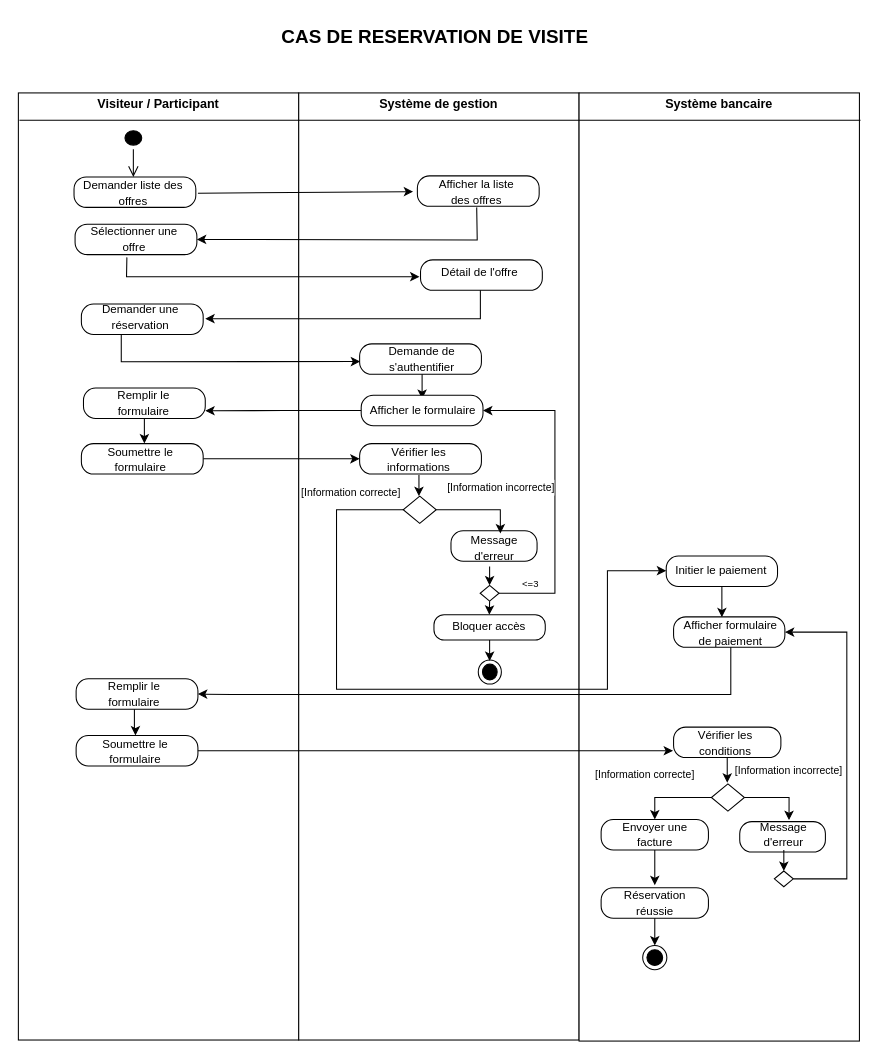
Before: activity1.drawio in louis-fresnel99/TpGasaL1, a draw.io diagram. Source tidied: cells renumbered, new cells numbered last; positions are measured from the earlier drawing's top-left corner, leaving out a move shared by most shapes. Both pictures are drawn from the tidied source at 105%, with x=0, y=0 at pixel (18, 18).
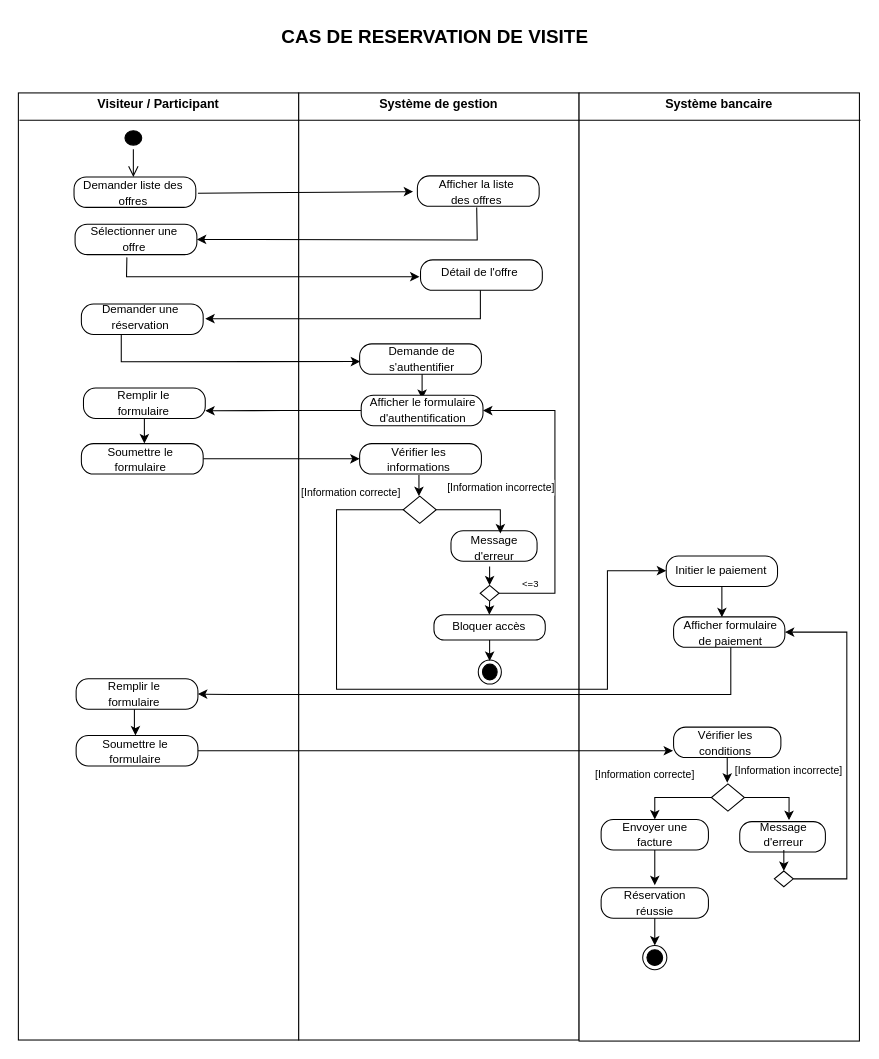
Above is the later version.

Commit message:
Mettre à jour activity1.drawio

Diff of the diagram source:
```diff
@@
-    <mxCell id="47" value="&lt;font style=&quot;font-size: 11px;&quot;&gt;Afficher le formulaire&lt;/font&gt;" style="text;html=1;align=center;verticalAlign=middle;whiteSpace=wrap;rounded=0;fontFamily=Helvetica;fontSize=12;fontColor=default;labelBackgroundColor=none;" parent="1" vertex="1">
+    <mxCell id="47" value="&lt;font style=&quot;font-size: 11px;&quot;&gt;Afficher le formulaire d'authentification&lt;/font&gt;" style="text;html=1;align=center;verticalAlign=middle;whiteSpace=wrap;rounded=0;fontFamily=Helvetica;fontSize=12;fontColor=default;labelBackgroundColor=none;" parent="1" vertex="1">
       <mxGeometry x="333.5" y="358" width="103" height="30" as="geometry" />
     </mxCell>
```
